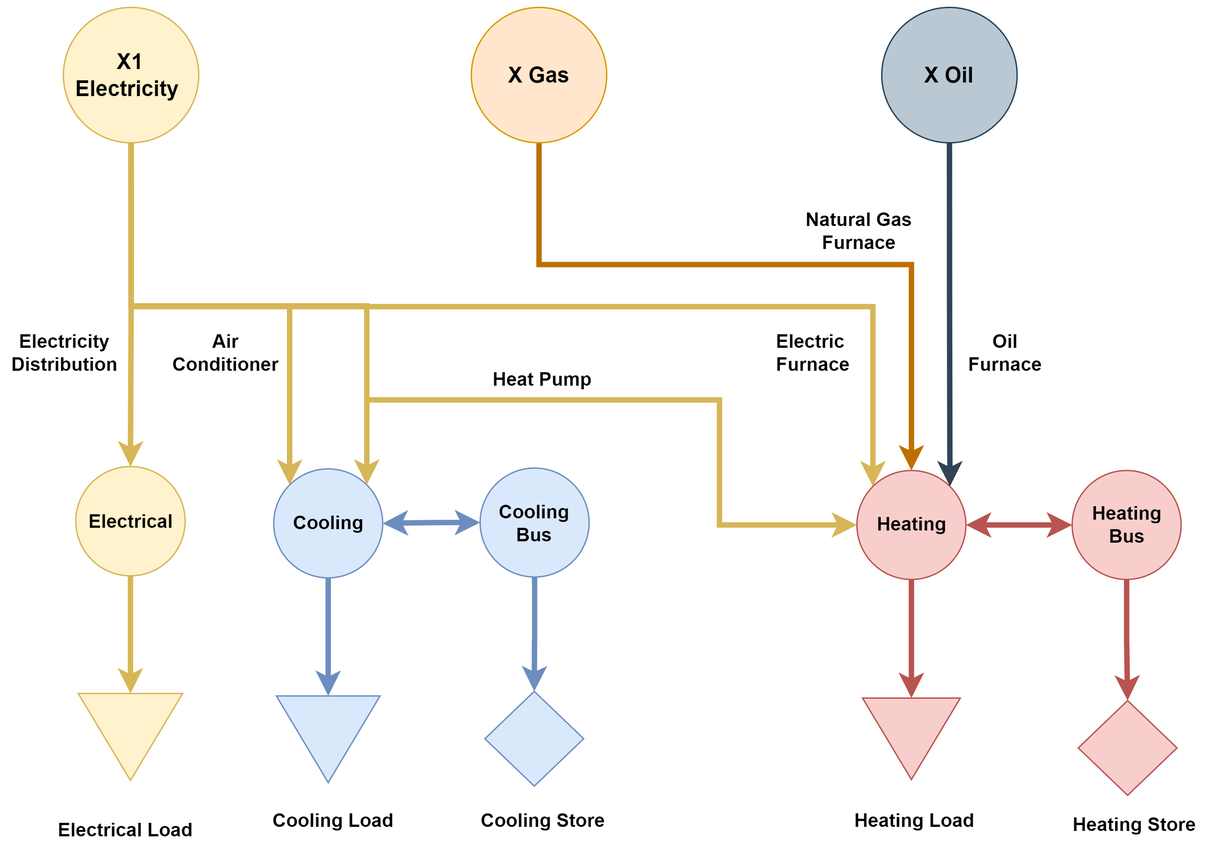
Above: docs/source/_static/service/pypsa-representation-simple.png in PyPSA/pypsa-usa (draw.io), before the change. Source tidied: cells renumbered, new cells last; positions are measured from the earlier drawing's top-left corner, leaving out a move shared by most shapes.
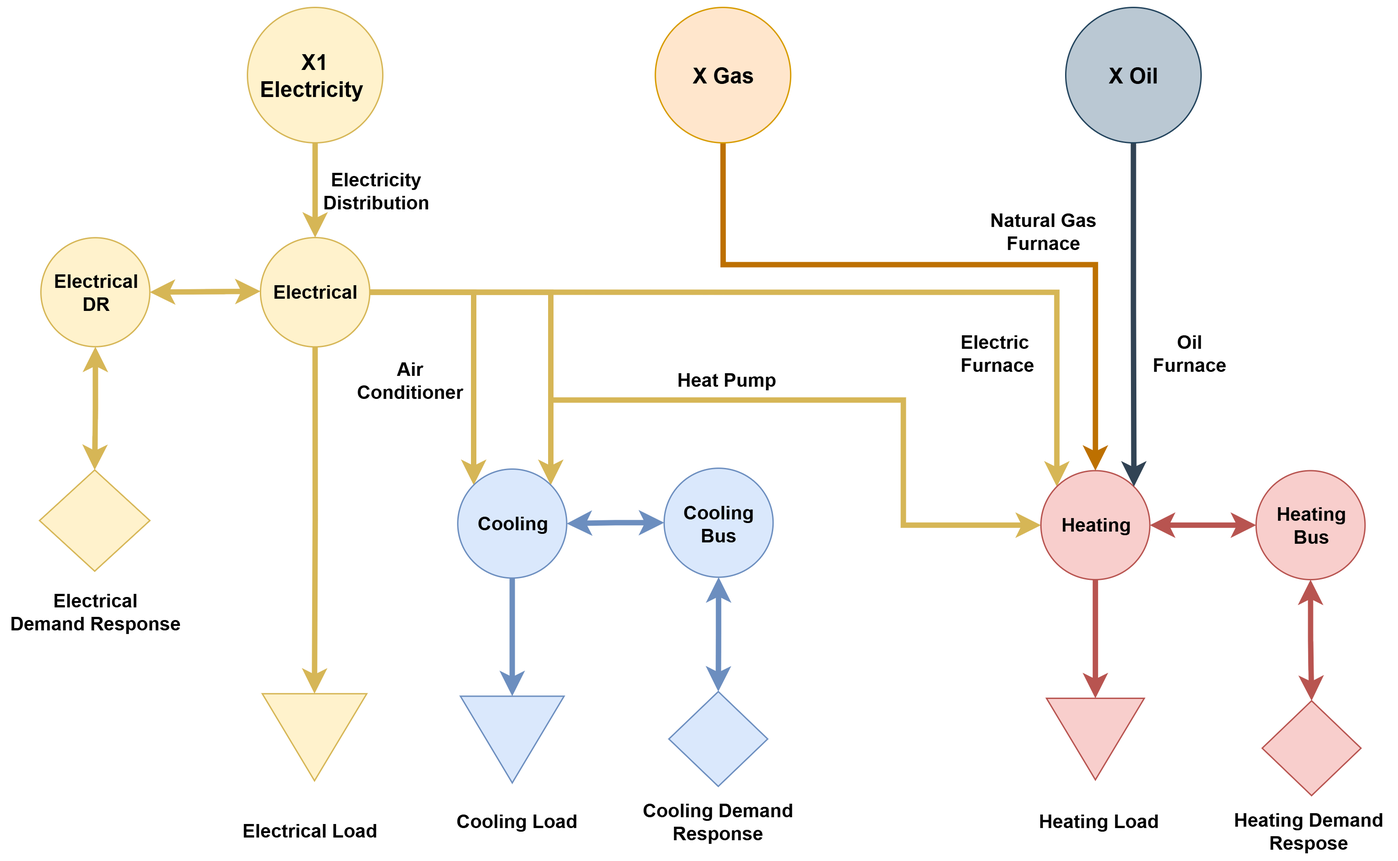
The same file after the commit.

What changed in the source:
```diff
@@ -11,38 +11,38 @@
     <mxCell id="4" value="Electrical Load" style="text;html=1;align=center;verticalAlign=middle;whiteSpace=wrap;rounded=0;fontStyle=1;fontSize=14;" parent="1" vertex="1">
       <mxGeometry x="31.4" y="592.8" width="113" height="30" as="geometry" />
     </mxCell>
-    <mxCell id="5" style="edgeStyle=orthogonalEdgeStyle;rounded=0;jettySize=auto;html=1;exitX=0.5;exitY=1;exitDx=0;exitDy=0;entryX=0;entryY=0.5;entryDx=0;entryDy=0;fillColor=#fff2cc;strokeColor=#d6b656;strokeWidth=4;fontSize=14;" parent="1" edge="1" source="6" target="2">
+    <mxCell id="5" style="edgeStyle=orthogonalEdgeStyle;rounded=0;jettySize=auto;html=1;exitX=0.5;exitY=1;exitDx=0;exitDy=0;entryX=0;entryY=0.5;entryDx=0;entryDy=0;fillColor=#fff2cc;strokeColor=#d6b656;strokeWidth=4;fontSize=14;" parent="1" edge="1" source="9" target="2">
       <mxGeometry relative="1" as="geometry" />
     </mxCell>
-    <mxCell id="6" value="Electrical" style="ellipse;whiteSpace=wrap;html=1;fillColor=#fff2cc;strokeColor=#d6b656;fontStyle=1;fontSize=14;" parent="1" vertex="1">
-      <mxGeometry x="50.5" y="339.3" width="80.7" height="80.7" as="geometry" />
+    <mxCell id="6" style="edgeStyle=orthogonalEdgeStyle;rounded=0;jettySize=auto;html=1;exitX=1;exitY=0.5;exitDx=0;exitDy=0;entryX=1;entryY=0;entryDx=0;entryDy=0;fillColor=#fff2cc;strokeColor=#d6b656;strokeWidth=4;" parent="1" edge="1" source="9" target="17">
+      <mxGeometry relative="1" as="geometry" />
     </mxCell>
-    <mxCell id="7" style="rhombus;whiteSpace=wrap;html=1;fillColor=#dae8fc;strokeColor=#6c8ebf;fontSize=14;" parent="1" vertex="1">
-      <mxGeometry x="352.8" y="505.4" width="73" height="70" as="geometry" />
+    <mxCell id="7" style="edgeStyle=orthogonalEdgeStyle;rounded=0;jettySize=auto;html=1;exitX=1;exitY=0.5;exitDx=0;exitDy=0;entryX=0;entryY=0;entryDx=0;entryDy=0;fillColor=#fff2cc;strokeColor=#d6b656;strokeWidth=4;" parent="1" edge="1" source="9" target="25">
+      <mxGeometry relative="1" as="geometry" />
     </mxCell>
-    <mxCell id="8" style="edgeStyle=orthogonalEdgeStyle;rounded=0;jettySize=auto;html=1;exitX=0.5;exitY=1;exitDx=0;exitDy=0;entryX=0.5;entryY=0;entryDx=0;entryDy=0;strokeWidth=4;fillColor=#fff2cc;strokeColor=#d6b656;" parent="1" edge="1" source="12" target="6">
+    <mxCell id="8" style="edgeStyle=orthogonalEdgeStyle;rounded=0;jettySize=auto;html=1;exitX=1;exitY=0.5;exitDx=0;exitDy=0;entryX=0;entryY=0;entryDx=0;entryDy=0;fillColor=#fff2cc;strokeColor=#d6b656;strokeWidth=4;" parent="1" edge="1" source="9" target="17">
       <mxGeometry relative="1" as="geometry" />
     </mxCell>
-    <mxCell id="9" style="edgeStyle=orthogonalEdgeStyle;rounded=0;jettySize=auto;html=1;exitX=0.5;exitY=1;exitDx=0;exitDy=0;entryX=0;entryY=0;entryDx=0;entryDy=0;fillColor=#fff2cc;strokeColor=#d6b656;strokeWidth=4;" parent="1" edge="1" source="12" target="17">
-      <mxGeometry relative="1" as="geometry" />
+    <mxCell id="9" value="Electrical" style="ellipse;whiteSpace=wrap;html=1;fillColor=#fff2cc;strokeColor=#d6b656;fontStyle=1;fontSize=14;" parent="1" vertex="1">
+      <mxGeometry x="51" y="170" width="80.7" height="80.7" as="geometry" />
     </mxCell>
-    <mxCell id="10" style="edgeStyle=orthogonalEdgeStyle;rounded=0;jettySize=auto;html=1;exitX=0.5;exitY=1;exitDx=0;exitDy=0;entryX=1;entryY=0;entryDx=0;entryDy=0;fillColor=#fff2cc;strokeColor=#d6b656;strokeWidth=4;" parent="1" edge="1" source="12" target="17">
-      <mxGeometry relative="1" as="geometry" />
+    <mxCell id="10" style="rhombus;whiteSpace=wrap;html=1;fillColor=#dae8fc;strokeColor=#6c8ebf;fontSize=14;" parent="1" vertex="1">
+      <mxGeometry x="352.8" y="505.4" width="73" height="70" as="geometry" />
     </mxCell>
-    <mxCell id="11" style="edgeStyle=orthogonalEdgeStyle;rounded=0;jettySize=auto;html=1;exitX=0.5;exitY=1;exitDx=0;exitDy=0;entryX=0;entryY=0;entryDx=0;entryDy=0;fillColor=#fff2cc;strokeColor=#d6b656;strokeWidth=4;" parent="1" edge="1" source="12" target="25">
+    <mxCell id="11" style="edgeStyle=orthogonalEdgeStyle;rounded=0;jettySize=auto;html=1;exitX=0.5;exitY=1;exitDx=0;exitDy=0;entryX=0.5;entryY=0;entryDx=0;entryDy=0;strokeWidth=4;fillColor=#fff2cc;strokeColor=#d6b656;" parent="1" edge="1" source="12" target="9">
       <mxGeometry relative="1" as="geometry" />
     </mxCell>
     <mxCell id="12" value="&lt;b style=&quot;font-size: 16px;&quot;&gt;X1&lt;br style=&quot;font-size: 16px;&quot;&gt;Electricity&amp;nbsp;&lt;br style=&quot;font-size: 16px;&quot;&gt;&lt;/b&gt;" style="ellipse;whiteSpace=wrap;html=1;fontSize=16;fillColor=#fff2cc;strokeColor=#d6b656;" parent="1" vertex="1">
       <mxGeometry x="41.3" width="100" height="100" as="geometry" />
     </mxCell>
     <mxCell id="13" value="Electricity&lt;br style=&quot;font-size: 14px;&quot;&gt;Distribution" style="text;html=1;align=center;verticalAlign=middle;whiteSpace=wrap;rounded=0;fontStyle=1;fontSize=14;" parent="1" vertex="1">
-      <mxGeometry y="240" width="85" height="30" as="geometry" />
+      <mxGeometry x="93.8" y="120" width="85" height="30" as="geometry" />
     </mxCell>
     <mxCell id="14" value="Cooling Load" style="text;html=1;align=center;verticalAlign=middle;whiteSpace=wrap;rounded=0;fontStyle=1;direction=east;fontSize=14;" parent="1" vertex="1">
       <mxGeometry x="178.8" y="586" width="123.5" height="30" as="geometry" />
     </mxCell>
-    <mxCell id="15" value="Cooling Store" style="text;html=1;align=center;verticalAlign=middle;whiteSpace=wrap;rounded=0;fontStyle=1;direction=east;fontSize=14;" parent="1" vertex="1">
-      <mxGeometry x="346" y="586" width="100" height="30" as="geometry" />
+    <mxCell id="15" value="Cooling Demand Response" style="text;html=1;align=center;verticalAlign=middle;whiteSpace=wrap;rounded=0;fontStyle=1;direction=east;fontSize=14;" parent="1" vertex="1">
+      <mxGeometry x="329.2" y="586" width="120" height="30" as="geometry" />
     </mxCell>
     <mxCell id="16" style="edgeStyle=orthogonalEdgeStyle;rounded=0;jettySize=auto;html=1;exitX=0.5;exitY=1;exitDx=0;exitDy=0;entryX=0;entryY=0.5;entryDx=0;entryDy=0;fillColor=#dae8fc;strokeColor=#6c8ebf;strokeWidth=4;fontSize=14;" parent="1" edge="1" source="17" target="3">
       <mxGeometry relative="1" as="geometry" />
@@ -50,7 +50,7 @@
     <mxCell id="17" value="Cooling" style="ellipse;whiteSpace=wrap;html=1;fillColor=#dae8fc;strokeColor=#6c8ebf;fontStyle=1;direction=east;fontSize=14;" parent="1" vertex="1">
       <mxGeometry x="196.8" y="341" width="80.5" height="80.5" as="geometry" />
     </mxCell>
-    <mxCell id="18" style="edgeStyle=orthogonalEdgeStyle;rounded=0;jettySize=auto;html=1;exitX=0.5;exitY=1;exitDx=0;exitDy=0;entryX=0.5;entryY=0;entryDx=0;entryDy=0;fillColor=#dae8fc;strokeColor=#6c8ebf;strokeWidth=4;fontSize=14;" parent="1" edge="1" source="20" target="7">
+    <mxCell id="18" style="edgeStyle=orthogonalEdgeStyle;rounded=0;jettySize=auto;html=1;exitX=0.5;exitY=1;exitDx=0;exitDy=0;entryX=0.5;entryY=0;entryDx=0;entryDy=0;fillColor=#dae8fc;strokeColor=#6c8ebf;strokeWidth=4;fontSize=14;startArrow=classic;startFill=1;" parent="1" edge="1" source="20" target="10">
       <mxGeometry relative="1" as="geometry" />
     </mxCell>
     <mxCell id="19" style="edgeStyle=orthogonalEdgeStyle;rounded=0;jettySize=auto;html=1;exitX=0;exitY=0.5;exitDx=0;exitDy=0;entryX=1;entryY=0.5;entryDx=0;entryDy=0;startArrow=classic;startFill=1;fillColor=#dae8fc;strokeColor=#6c8ebf;strokeWidth=4;fontSize=14;" parent="1" edge="1" source="20" target="17">
@@ -83,10 +83,10 @@
     <mxCell id="26" style="rhombus;whiteSpace=wrap;html=1;fillColor=#f8cecc;strokeColor=#b85450;fontSize=14;" parent="1" vertex="1">
       <mxGeometry x="791.2" y="512.2" width="73" height="70" as="geometry" />
     </mxCell>
-    <mxCell id="27" value="Heating Store" style="text;html=1;align=center;verticalAlign=middle;whiteSpace=wrap;rounded=0;fontStyle=1;direction=east;fontSize=14;" parent="1" vertex="1">
-      <mxGeometry x="783.4" y="588.8" width="100" height="30" as="geometry" />
+    <mxCell id="27" value="Heating Demand Respose" style="text;html=1;align=center;verticalAlign=middle;whiteSpace=wrap;rounded=0;fontStyle=1;direction=east;fontSize=14;" parent="1" vertex="1">
+      <mxGeometry x="763.8" y="592.8" width="122.6" height="30" as="geometry" />
     </mxCell>
-    <mxCell id="28" style="edgeStyle=orthogonalEdgeStyle;rounded=0;jettySize=auto;html=1;exitX=0.5;exitY=1;exitDx=0;exitDy=0;entryX=0.5;entryY=0;entryDx=0;entryDy=0;fillColor=#f8cecc;strokeColor=#b85450;strokeWidth=4;fontSize=14;" parent="1" edge="1" source="30" target="26">
+    <mxCell id="28" style="edgeStyle=orthogonalEdgeStyle;rounded=0;jettySize=auto;html=1;exitX=0.5;exitY=1;exitDx=0;exitDy=0;entryX=0.5;entryY=0;entryDx=0;entryDy=0;fillColor=#f8cecc;strokeColor=#b85450;strokeWidth=4;fontSize=14;startArrow=classic;startFill=1;" parent="1" edge="1" source="30" target="26">
       <mxGeometry relative="1" as="geometry" />
     </mxCell>
     <mxCell id="29" style="edgeStyle=orthogonalEdgeStyle;rounded=0;jettySize=auto;html=1;exitX=0;exitY=0.5;exitDx=0;exitDy=0;entryX=1;entryY=0.5;entryDx=0;entryDy=0;startArrow=classic;startFill=1;fillColor=#f8cecc;strokeColor=#b85450;strokeWidth=4;fontSize=14;" parent="1" edge="1" source="30" target="25">
@@ -113,7 +113,7 @@
       <mxGeometry x="646" width="100" height="100" as="geometry" />
     </mxCell>
     <mxCell id="35" value="Air Conditioner" style="text;html=1;align=center;verticalAlign=middle;whiteSpace=wrap;rounded=0;fontStyle=1;direction=east;fontSize=14;" parent="1" vertex="1">
-      <mxGeometry x="118" y="240" width="87" height="30" as="geometry" />
+      <mxGeometry x="118" y="260" width="87" height="30" as="geometry" />
     </mxCell>
     <mxCell id="36" value="Heat Pump" style="text;html=1;align=center;verticalAlign=middle;whiteSpace=wrap;rounded=0;fontStyle=1;direction=east;fontSize=14;" parent="1" vertex="1">
       <mxGeometry x="352.3" y="260" width="87" height="30" as="geometry" />
@@ -127,5 +127,22 @@
     <mxCell id="39" value="Natural Gas&lt;br style=&quot;font-size: 14px;&quot;&gt;Furnace" style="text;html=1;align=center;verticalAlign=middle;whiteSpace=wrap;rounded=0;fontStyle=1;direction=east;fontSize=14;" parent="1" vertex="1">
       <mxGeometry x="586" y="150" width="87" height="30" as="geometry" />
     </mxCell>
+    <mxCell id="40" style="rhombus;whiteSpace=wrap;html=1;fillColor=#fff2cc;strokeColor=#d6b656;fontSize=14;" parent="1" vertex="1">
+      <mxGeometry x="-112.3" y="341.7" width="81.5" height="74.8" as="geometry" />
+    </mxCell>
+    <mxCell id="41" value="Electrical&lt;br&gt;Demand Response" style="text;html=1;align=center;verticalAlign=middle;whiteSpace=wrap;rounded=0;fontStyle=1;direction=east;fontSize=14;" parent="1" vertex="1">
+      <mxGeometry x="-136" y="430.7" width="130" height="30" as="geometry" />
+    </mxCell>
+    <mxCell id="42" style="edgeStyle=orthogonalEdgeStyle;rounded=0;jettySize=auto;html=1;exitX=0.5;exitY=1;exitDx=0;exitDy=0;entryX=0.5;entryY=0;entryDx=0;entryDy=0;fillColor=#fff2cc;strokeColor=#d6b656;strokeWidth=4;fontSize=14;startArrow=classic;startFill=1;" parent="1" edge="1" source="44" target="40">
+      <mxGeometry relative="1" as="geometry" />
+    </mxCell>
+    <mxCell id="43" style="edgeStyle=orthogonalEdgeStyle;rounded=0;jettySize=auto;html=1;exitX=1;exitY=0.5;exitDx=0;exitDy=0;entryX=0;entryY=0.5;entryDx=0;entryDy=0;fillColor=#fff2cc;strokeColor=#d6b656;strokeWidth=4;startArrow=classic;startFill=1;" parent="1" edge="1" source="44">
+      <mxGeometry relative="1" as="geometry">
+        <mxPoint x="51" y="209.7" as="targetPoint" />
+      </mxGeometry>
+    </mxCell>
+    <mxCell id="44" value="Electrical DR" style="ellipse;whiteSpace=wrap;html=1;fillColor=#fff2cc;strokeColor=#d6b656;fontStyle=1;direction=east;fontSize=14;" parent="1" vertex="1">
+      <mxGeometry x="-111.3" y="170.1" width="80.5" height="80.5" as="geometry" />
+    </mxCell>
   </root>
 </mxGraphModel>
```
